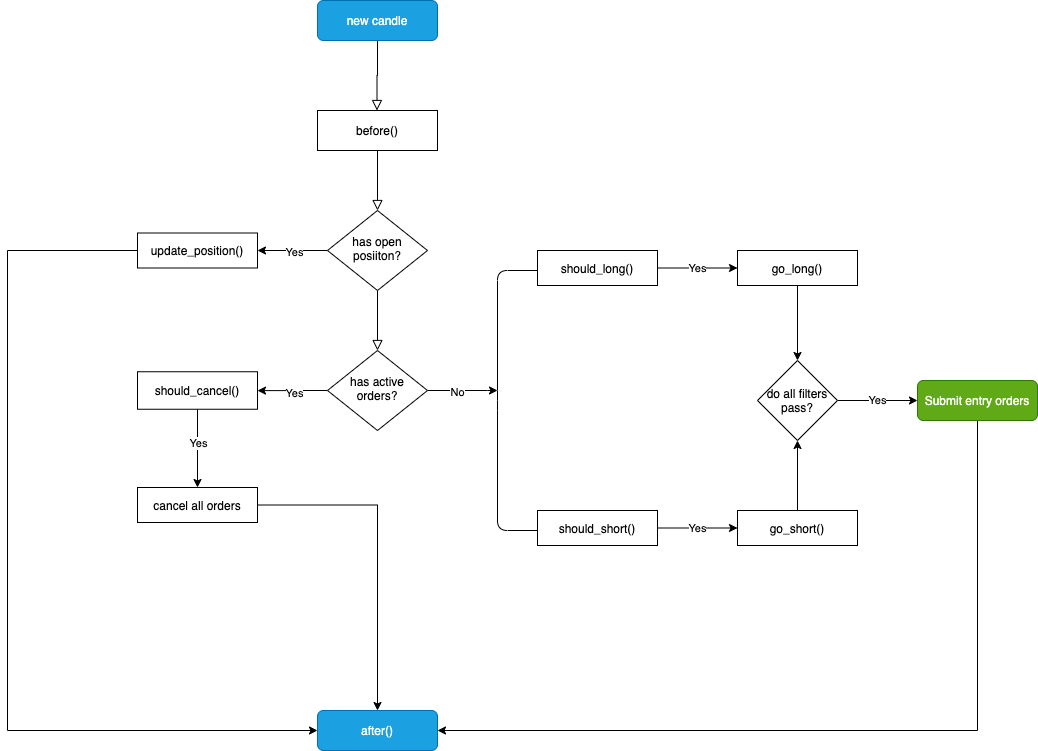
Before: docs/imgs/strategy-diagram.png, a diagram exported from draw.io (jesse-ai/docs). Source tidied: cells renumbered, new cells last; positions are measured from the earlier drawing's top-left corner, leaving out a move shared by most shapes. Source of this version:
```xml
<mxGraphModel>
  <root>
    <mxCell id="0" />
    <mxCell id="1" parent="0" />
    <mxCell id="2" style="rounded=0;html=1;jettySize=auto;fontSize=11;endArrow=block;endFill=0;endSize=8;strokeWidth=1;shadow=0;labelBackgroundColor=none;edgeStyle=orthogonalEdgeStyle;exitX=0.5;exitY=1;exitDx=0;exitDy=0;" parent="1" edge="1" source="9">
      <mxGeometry relative="1" as="geometry">
        <mxPoint x="369.5" y="110" as="targetPoint" />
      </mxGeometry>
    </mxCell>
    <mxCell id="3" style="rounded=0;html=1;jettySize=auto;fontSize=11;endArrow=block;endFill=0;endSize=8;strokeWidth=1;shadow=0;labelBackgroundColor=none;edgeStyle=orthogonalEdgeStyle;exitX=0.5;exitY=1;exitDx=0;exitDy=0;" parent="1" edge="1" source="8" target="7">
      <mxGeometry y="20" relative="1" as="geometry" />
    </mxCell>
    <mxCell id="4" style="rounded=0;html=1;jettySize=auto;fontSize=11;endArrow=block;endFill=0;endSize=8;strokeWidth=1;shadow=0;labelBackgroundColor=none;edgeStyle=orthogonalEdgeStyle;" parent="1" edge="1" source="7">
      <mxGeometry x="0.33" y="20" relative="1" as="geometry">
        <mxPoint x="370" y="350" as="targetPoint" />
      </mxGeometry>
    </mxCell>
    <mxCell id="5" style="edgeStyle=orthogonalEdgeStyle;rounded=0;jettySize=auto;html=1;exitX=0;exitY=0.5;exitDx=0;exitDy=0;fontColor=#FFFFFF;" parent="1" edge="1" source="7" target="11">
      <mxGeometry relative="1" as="geometry" />
    </mxCell>
    <mxCell id="6" value="Yes" style="edgeLabel;html=1;align=center;verticalAlign=middle;fontColor=#000000;" parent="5" vertex="1">
      <mxGeometry x="-0.03" y="1" relative="1" as="geometry" />
    </mxCell>
    <mxCell id="7" value="has open posiiton?" style="rhombus;whiteSpace=wrap;html=1;shadow=0;fontFamily=Helvetica;fontSize=12;align=center;strokeWidth=1;spacing=6;spacingTop=-4;" parent="1" vertex="1">
      <mxGeometry x="320" y="210" width="100" height="80" as="geometry" />
    </mxCell>
    <mxCell id="8" value="before()" style="rounded=0;whiteSpace=wrap;html=1;" parent="1" vertex="1">
      <mxGeometry x="310" y="110" width="120" height="40" as="geometry" />
    </mxCell>
    <mxCell id="9" value="new candle" style="rounded=1;whiteSpace=wrap;html=1;fillColor=#1ba1e2;strokeColor=#006EAF;fontColor=#ffffff;" parent="1" vertex="1">
      <mxGeometry x="310" width="120" height="40" as="geometry" />
    </mxCell>
    <mxCell id="10" style="edgeStyle=orthogonalEdgeStyle;rounded=0;jettySize=auto;html=1;entryX=0;entryY=0.5;entryDx=0;entryDy=0;fontColor=#000000;" parent="1" edge="1" source="11" target="35">
      <mxGeometry relative="1" as="geometry">
        <Array as="points">
          <mxPoint y="250" />
          <mxPoint y="730" />
        </Array>
      </mxGeometry>
    </mxCell>
    <mxCell id="11" value="update_position()" style="rounded=0;whiteSpace=wrap;html=1;" parent="1" vertex="1">
      <mxGeometry x="130" y="232.5" width="120" height="35" as="geometry" />
    </mxCell>
    <mxCell id="12" style="edgeStyle=orthogonalEdgeStyle;rounded=0;jettySize=auto;html=1;fontColor=#000000;" parent="1" edge="1" source="16" target="19">
      <mxGeometry relative="1" as="geometry" />
    </mxCell>
    <mxCell id="13" value="Yes" style="edgeLabel;html=1;align=center;verticalAlign=middle;fontColor=#000000;" parent="12" vertex="1">
      <mxGeometry x="-0.03" y="2" relative="1" as="geometry" />
    </mxCell>
    <mxCell id="14" style="edgeStyle=orthogonalEdgeStyle;rounded=0;jettySize=auto;html=1;fontColor=#000000;" parent="1" edge="1" source="16" target="30">
      <mxGeometry relative="1" as="geometry">
        <Array as="points">
          <mxPoint x="480" y="390" />
          <mxPoint x="480" y="390" />
        </Array>
      </mxGeometry>
    </mxCell>
    <mxCell id="15" value="No" style="edgeLabel;html=1;align=center;verticalAlign=middle;fontColor=#000000;" parent="14" vertex="1">
      <mxGeometry x="-0.17" y="-1" relative="1" as="geometry" />
    </mxCell>
    <mxCell id="16" value="has active orders?" style="rhombus;whiteSpace=wrap;html=1;shadow=0;fontFamily=Helvetica;fontSize=12;align=center;strokeWidth=1;spacing=6;spacingTop=-4;" parent="1" vertex="1">
      <mxGeometry x="320" y="350" width="100" height="80" as="geometry" />
    </mxCell>
    <mxCell id="17" style="edgeStyle=orthogonalEdgeStyle;rounded=0;jettySize=auto;html=1;entryX=0.5;entryY=0;entryDx=0;entryDy=0;fontColor=#000000;" parent="1" edge="1" source="19" target="21">
      <mxGeometry relative="1" as="geometry" />
    </mxCell>
    <mxCell id="18" value="Yes" style="edgeLabel;html=1;align=center;verticalAlign=middle;fontColor=#000000;" parent="17" vertex="1">
      <mxGeometry x="-0.14" relative="1" as="geometry" />
    </mxCell>
    <mxCell id="19" value="should_cancel()" style="rounded=0;whiteSpace=wrap;html=1;" parent="1" vertex="1">
      <mxGeometry x="130" y="371.2" width="120" height="37.5" as="geometry" />
    </mxCell>
    <mxCell id="20" style="edgeStyle=orthogonalEdgeStyle;rounded=0;jettySize=auto;html=1;fontColor=#000000;" parent="1" edge="1" source="21" target="35">
      <mxGeometry relative="1" as="geometry" />
    </mxCell>
    <mxCell id="21" value="cancel all orders" style="rounded=0;whiteSpace=wrap;html=1;" parent="1" vertex="1">
      <mxGeometry x="130" y="487" width="120" height="35" as="geometry" />
    </mxCell>
    <mxCell id="22" value="Yes" style="edgeStyle=orthogonalEdgeStyle;rounded=0;jettySize=auto;html=1;fontColor=#000000;" parent="1" edge="1" source="23" target="25">
      <mxGeometry relative="1" as="geometry" />
    </mxCell>
    <mxCell id="23" value="should_long()" style="rounded=0;whiteSpace=wrap;html=1;" parent="1" vertex="1">
      <mxGeometry x="530" y="250" width="120" height="35" as="geometry" />
    </mxCell>
    <mxCell id="24" style="edgeStyle=orthogonalEdgeStyle;rounded=0;jettySize=auto;html=1;fontColor=#000000;" parent="1" edge="1" source="25" target="32">
      <mxGeometry relative="1" as="geometry" />
    </mxCell>
    <mxCell id="25" value="go_long()" style="rounded=0;whiteSpace=wrap;html=1;" parent="1" vertex="1">
      <mxGeometry x="730" y="250" width="120" height="35" as="geometry" />
    </mxCell>
    <mxCell id="26" style="edgeStyle=orthogonalEdgeStyle;rounded=0;jettySize=auto;html=1;fontColor=#000000;" parent="1" edge="1" source="27" target="32">
      <mxGeometry relative="1" as="geometry" />
    </mxCell>
    <mxCell id="27" value="go_short()" style="rounded=0;whiteSpace=wrap;html=1;" parent="1" vertex="1">
      <mxGeometry x="730" y="510" width="120" height="35" as="geometry" />
    </mxCell>
    <mxCell id="28" value="Yes" style="edgeStyle=orthogonalEdgeStyle;rounded=0;jettySize=auto;html=1;fontColor=#000000;" parent="1" edge="1" source="29" target="27">
      <mxGeometry relative="1" as="geometry" />
    </mxCell>
    <mxCell id="29" value="should_short()" style="rounded=0;whiteSpace=wrap;html=1;" parent="1" vertex="1">
      <mxGeometry x="530" y="510" width="120" height="35" as="geometry" />
    </mxCell>
    <mxCell id="30" style="shape=curlyBracket;whiteSpace=wrap;html=1;rounded=1;fontColor=#000000;size=0;" parent="1" vertex="1">
      <mxGeometry x="490" y="270" width="40" height="260" as="geometry" />
    </mxCell>
    <mxCell id="31" value="Yes" style="edgeStyle=orthogonalEdgeStyle;rounded=0;jettySize=auto;html=1;fontColor=#000000;" parent="1" edge="1" source="32" target="34">
      <mxGeometry relative="1" as="geometry" />
    </mxCell>
    <mxCell id="32" value="do all filters pass?" style="rhombus;whiteSpace=wrap;html=1;rounded=0;" parent="1" vertex="1">
      <mxGeometry x="750" y="360" width="80" height="80" as="geometry" />
    </mxCell>
    <mxCell id="33" style="edgeStyle=orthogonalEdgeStyle;rounded=0;jettySize=auto;html=1;entryX=1;entryY=0.5;entryDx=0;entryDy=0;fontColor=#000000;" parent="1" edge="1" source="34" target="35">
      <mxGeometry relative="1" as="geometry">
        <Array as="points">
          <mxPoint x="970" y="730" />
        </Array>
      </mxGeometry>
    </mxCell>
    <mxCell id="34" value="Submit entry orders" style="rounded=1;whiteSpace=wrap;html=1;fillColor=#60a917;strokeColor=#2D7600;fontColor=#ffffff;" parent="1" vertex="1">
      <mxGeometry x="910" y="380" width="120" height="40" as="geometry" />
    </mxCell>
    <mxCell id="35" value="after()" style="rounded=1;whiteSpace=wrap;html=1;fillColor=#1ba1e2;strokeColor=#006EAF;fontColor=#ffffff;" parent="1" vertex="1">
      <mxGeometry x="310" y="710" width="120" height="40" as="geometry" />
    </mxCell>
  </root>
</mxGraphModel>
```
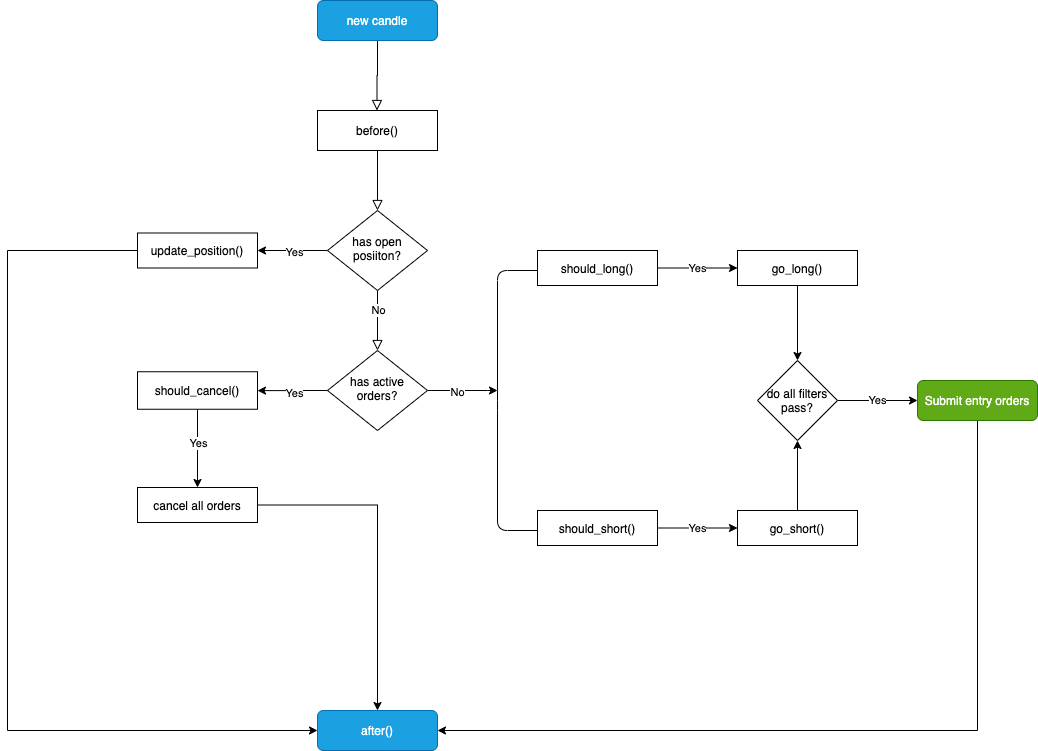
The same file after the commit.

Change to the diagram source:
```diff
@@ -15,6 +15,9 @@
         <mxPoint x="370" y="350" as="targetPoint" />
       </mxGeometry>
     </mxCell>
+    <mxCell id="36" value="No" style="edgeLabel;html=1;align=center;verticalAlign=middle;" parent="4" vertex="1">
+      <mxGeometry x="-0.37" relative="1" as="geometry" />
+    </mxCell>
     <mxCell id="5" style="edgeStyle=orthogonalEdgeStyle;rounded=0;jettySize=auto;html=1;exitX=0;exitY=0.5;exitDx=0;exitDy=0;fontColor=#FFFFFF;" parent="1" edge="1" source="7" target="11">
       <mxGeometry relative="1" as="geometry" />
     </mxCell>
```
